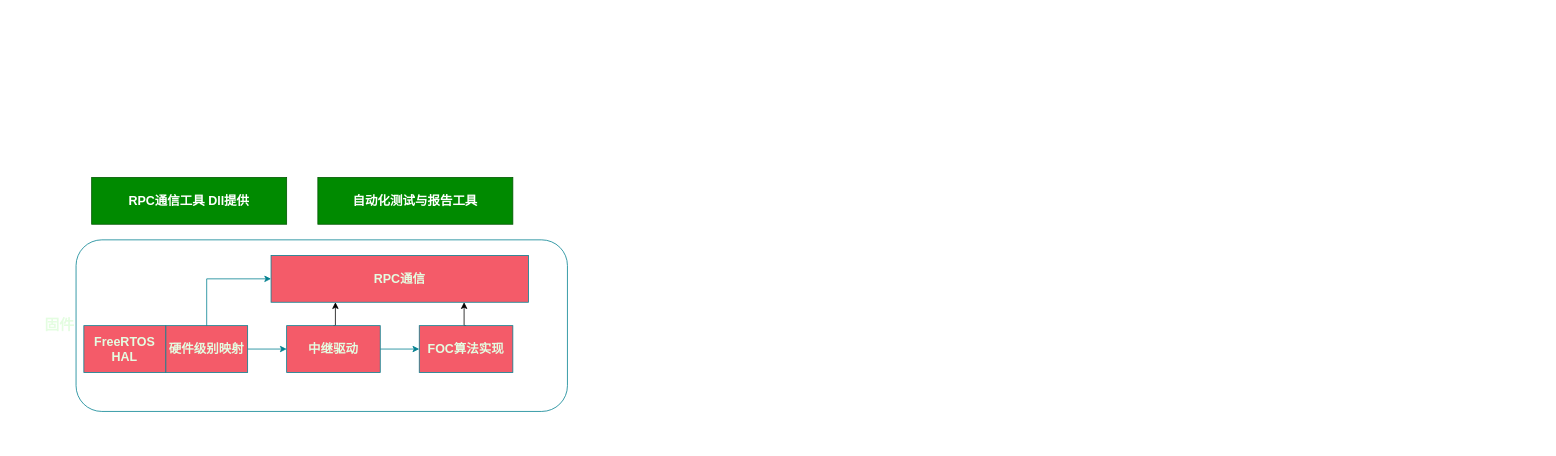
Earlier version of the draw.io diagram FOCDrive架构.drawio (xjh4798/FOCDrive). Source tidied: cells renumbered, new cells numbered last; positions are measured from the earlier drawing's top-left corner, leaving out a move shared by most shapes. Both pictures are drawn from the tidied source at 78%, with x=0, y=0 at pixel (76, 177).
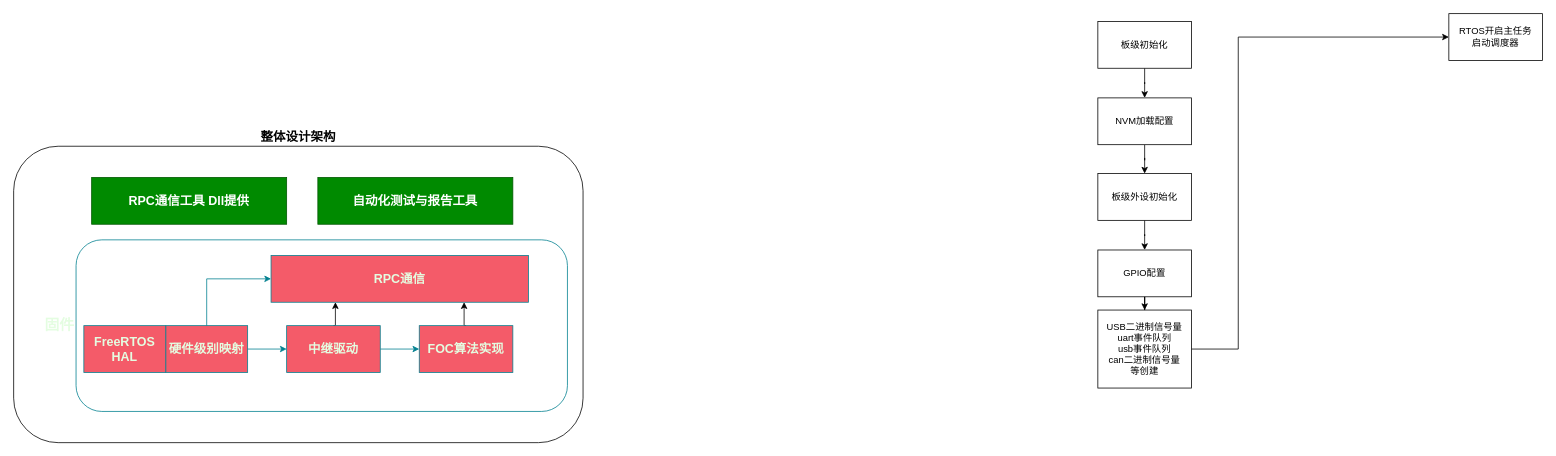
After the change.

The edit, as a diff of the source:
```diff
@@
+    <mxCell id="16" value="整体设计&lt;span style=&quot;background-color: transparent; color: light-dark(rgb(0, 0, 0), rgb(255, 255, 255));&quot;&gt;架构&lt;/span&gt;" style="rounded=1;whiteSpace=wrap;html=1;fontStyle=1;fontSize=16;labelPosition=center;verticalLabelPosition=top;align=center;verticalAlign=bottom;" parent="1" vertex="1">
+      <mxGeometry x="-80" y="-40" width="730" height="380" as="geometry" />
+    </mxCell>
@@
+    <mxCell id="17" style="edgeStyle=orthogonalEdgeStyle;rounded=0;jettySize=auto;html=1;" parent="1" edge="1" source="18" target="20">
+      <mxGeometry relative="1" as="geometry" />
+    </mxCell>
+    <mxCell id="18" value="板级初始化" style="rounded=0;whiteSpace=wrap;html=1;" parent="1" vertex="1">
+      <mxGeometry x="1310" y="-200" width="120" height="60" as="geometry" />
+    </mxCell>
+    <mxCell id="19" style="edgeStyle=orthogonalEdgeStyle;rounded=0;jettySize=auto;html=1;" parent="1" edge="1" source="20" target="22">
+      <mxGeometry relative="1" as="geometry" />
+    </mxCell>
+    <mxCell id="20" value="NVM加载配置" style="rounded=0;whiteSpace=wrap;html=1;" parent="1" vertex="1">
+      <mxGeometry x="1310" y="-102" width="120" height="60" as="geometry" />
+    </mxCell>
+    <mxCell id="21" style="edgeStyle=orthogonalEdgeStyle;rounded=0;jettySize=auto;html=1;" parent="1" edge="1" source="22" target="24">
+      <mxGeometry relative="1" as="geometry" />
+    </mxCell>
+    <mxCell id="22" value="板级外设初始化" style="rounded=0;whiteSpace=wrap;html=1;" parent="1" vertex="1">
+      <mxGeometry x="1310" y="-5" width="120" height="60" as="geometry" />
+    </mxCell>
+    <mxCell id="23" style="edgeStyle=orthogonalEdgeStyle;rounded=0;jettySize=auto;html=1;" parent="1" edge="1" source="24" target="26">
+      <mxGeometry relative="1" as="geometry" />
+    </mxCell>
+    <mxCell id="24" value="GPIO配置" style="rounded=0;whiteSpace=wrap;html=1;" parent="1" vertex="1">
+      <mxGeometry x="1310" y="93" width="120" height="60" as="geometry" />
+    </mxCell>
+    <mxCell id="25" style="edgeStyle=orthogonalEdgeStyle;rounded=0;jettySize=auto;html=1;entryX=0;entryY=0.5;entryDx=0;entryDy=0;" parent="1" edge="1" source="26" target="27">
+      <mxGeometry relative="1" as="geometry">
+        <Array as="points">
+          <mxPoint x="1490" y="220" />
+          <mxPoint x="1490" y="-180" />
+        </Array>
+      </mxGeometry>
+    </mxCell>
+    <mxCell id="26" value="USB二进制信号量&lt;div&gt;uart事件队列&lt;/div&gt;&lt;div&gt;usb事件队列&lt;/div&gt;&lt;div&gt;can二进制信号量&lt;/div&gt;&lt;div&gt;等创建&lt;/div&gt;" style="rounded=0;whiteSpace=wrap;html=1;" parent="1" vertex="1">
+      <mxGeometry x="1310" y="170" width="120" height="100" as="geometry" />
+    </mxCell>
+    <mxCell id="27" value="RTOS开启主任务&lt;div&gt;启动调度器&lt;/div&gt;" style="whiteSpace=wrap;html=1;rounded=0;" parent="1" vertex="1">
+      <mxGeometry x="1760" y="-210" width="120" height="60" as="geometry" />
+    </mxCell>
```
